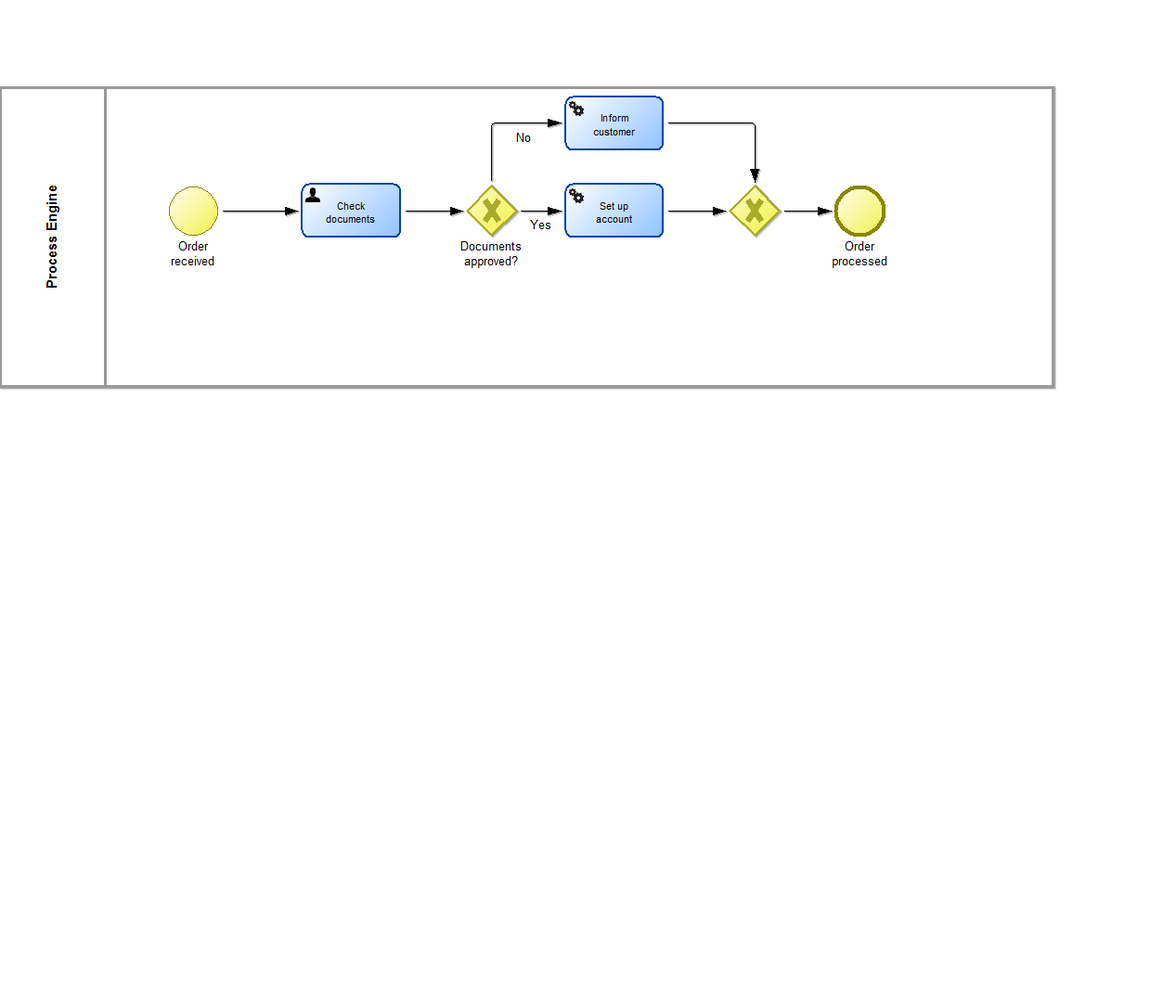
yuvrajnaidoo/bpmn-miwg-demos keeps this BPMN diagram as bank-account-opening-error-handling/src/main/resources/ADONIS_open-account-errorhandling_simple_model2.png. Above is the earlier version. Its source is kept beside it as bank-account-opening-error-handling/src/main/resources/ADONIS_open-account-errorhandling_simple_model2.bpmn. Ids are renumbered.
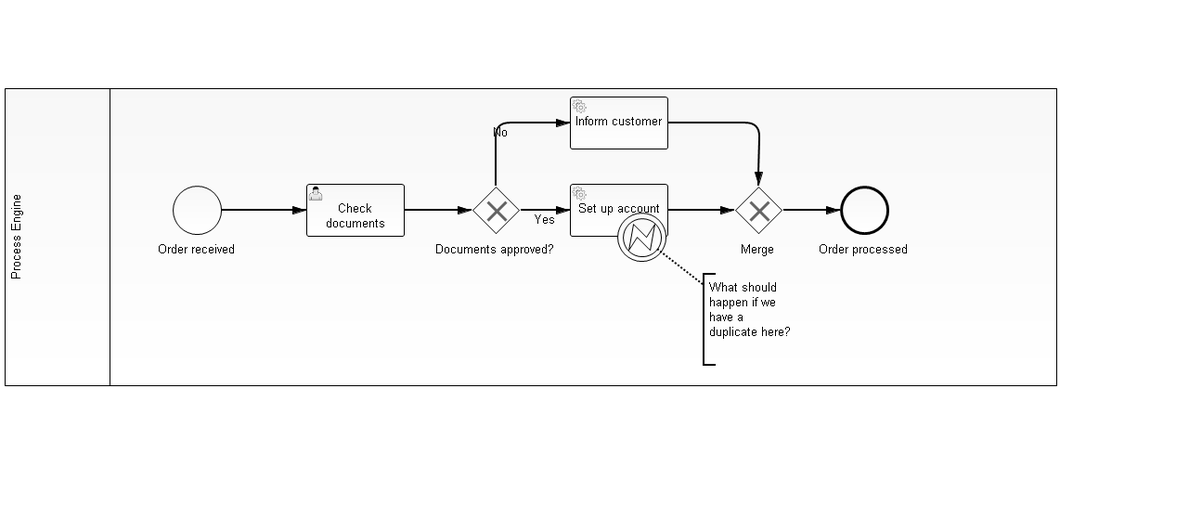
After the change.

Commit message:
Add camunda model of step 2

What changed in the source:
```diff
@@ -1,156 +1,157 @@
-<definitions xmlns="http://www.omg.org/spec/BPMN/20100524/MODEL"
-             xmlns:bpmndi="http://www.omg.org/spec/BPMN/20100524/DI"
-             xmlns:omgdc="http://www.omg.org/spec/DD/20100524/DC"
-             xmlns:omgdi="http://www.omg.org/spec/DD/20100524/DI"
-             xmlns:signavio="http://www.signavio.com"
-             xmlns:inspire="http://bpminspire.com/bpmn2/extension/inspire"
-             xmlns:activiti="http://activiti.org/bpmn"
-             xmlns:adonis="http://www.boc-group.com"
-             xmlns:semantic="http://www.omg.org/spec/BPMN/20100524/MODEL"
-             xmlns:xsi="http://www.w3.org/2001/XMLSchema-instance"
-             exporter="ADONIS 5.1 DE"
-             exporterVersion="5.1.1.0"
-             expressionLanguage="http://www.w3.org/1999/XPath"
-             targetNamespace="http://www.omg.org/bpmn20"
-             typeLanguage="http://www.w3.org/2001/XMLSchema"
-             xsi:schemaLocation="http://www.omg.org/spec/BPMN/20100524/MODEL http://www.omg.org/spec/BPMN/2.0/20100501/BPMN20.xsd"
-             name="Bank Account Opening - error handling (happy version)">
-   <message id="messageEventDefinition_obj.270256" name="messageEventDefinition_obj.270256"/>
-   <message id="messageEventDefinition_obj.270274" name="messageEventDefinition_obj.270274"/>
-   <collaboration id="mod.270249_Collaboration">
-      <extensionElements>
-         <adonis:modelstate>In Bearbeitung</adonis:modelstate>
-         <adonis:modelversion/>
-      </extensionElements>
-      <participant processRef="obj.270250_process" id="obj.270250" name="Process Engine"/>
-   </collaboration>
-   <process id="obj.270250_process" name="Process Engine" isExecutable="false">
+<definitions xmlns:xsi="http://www.w3.org/2001/XMLSchema-instance" xmlns="http://www.omg.org/spec/BPMN/20100524/MODEL" xmlns:semantic="http://www.omg.org/spec/BPMN/20100524/MODEL" xmlns:activiti="http://activiti.org/bpmn" xmlns:adonis="http://www.boc-group.com" xmlns:bpmndi="http://www.omg.org/spec/BPMN/20100524/DI" xmlns:inspire="http://bpminspire.com/bpmn2/extension/inspire" xmlns:omgdc="http://www.omg.org/spec/DD/20100524/DC" xmlns:omgdi="http://www.omg.org/spec/DD/20100524/DI" xmlns:signavio="http://www.signavio.com" xmlns:xsd="http://www.w3.org/2001/XMLSchema" xsi:schemaLocation="http://www.omg.org/spec/BPMN/20100524/MODEL BPMN20.xsd" exporter="ADONIS 5.1 DE" exporterVersion="5.1.1.0" name="Bank Account Opening - error handling (happy version)" targetNamespace="http://www.omg.org/bpmn20">
+  <message id="messageEventDefinition_obj.270256" name="messageEventDefinition_obj.270256"/>
+  <message id="messageEventDefinition_obj.270274" name="messageEventDefinition_obj.270274"/>
+  <collaboration id="mod.270249_Collaboration">
+    <extensionElements>
+      <adonis:modelstate xsi:type="xsd:anyType">In Bearbeitung</adonis:modelstate>
+      <adonis:modelversion xsi:type="xsd:anyType"/>
+    </extensionElements>
+    <participant id="obj.270250" name="Process Engine" processRef="obj.270250_process"/>
+  </collaboration>
+  <process id="obj.270250_process" name="Process Engine" isExecutable="false">
+    <extensionElements/>
+    <laneSet id="obj.270250_LaneSet">
+      <lane id="obj.270253" name=" ">
+        <extensionElements/>
+        <flowNodeRef>obj.270256</flowNodeRef>
+        <flowNodeRef>obj.270259</flowNodeRef>
+        <flowNodeRef>obj.270262</flowNodeRef>
+        <flowNodeRef>obj.270265</flowNodeRef>
+        <flowNodeRef>obj.270268</flowNodeRef>
+        <flowNodeRef>obj.270271</flowNodeRef>
+        <flowNodeRef>obj.270274</flowNodeRef>
+        <flowNodeRef>BoundaryEvent_1</flowNodeRef>
+      </lane>
+    </laneSet>
+    <startEvent id="obj.270256" name="Order received">
       <extensionElements/>
-      <laneSet id="obj.270250_LaneSet">
-         <lane id="obj.270253" name=" ">
-            <extensionElements/>
-            <flowNodeRef>obj.270256</flowNodeRef>
-            <flowNodeRef>obj.270259</flowNodeRef>
-            <flowNodeRef>obj.270262</flowNodeRef>
-            <flowNodeRef>obj.270265</flowNodeRef>
-            <flowNodeRef>obj.270268</flowNodeRef>
-            <flowNodeRef>obj.270271</flowNodeRef>
-            <flowNodeRef>obj.270274</flowNodeRef>
-         </lane>
-      </laneSet>
-      <startEvent id="obj.270256" name="Order received">
-         <extensionElements/>
-      </startEvent>
-      <userTask id="obj.270259" name="Check documents" isForCompensation="false"
-                implementation="##WebService">
-         <extensionElements/>
-      </userTask>
-      <exclusiveGateway id="obj.270262" name="Documents approved?">
-         <extensionElements/>
-      </exclusiveGateway>
-      <serviceTask id="obj.270265" name="Inform customer" isForCompensation="false"
-                   implementation="##WebService">
-         <extensionElements/>
-      </serviceTask>
-      <serviceTask id="obj.270268" name="Set up account" isForCompensation="false"
-                   implementation="##WebService">
-         <extensionElements/>
-      </serviceTask>
-      <exclusiveGateway id="obj.270271" name="Merge">
-         <extensionElements/>
-      </exclusiveGateway>
-      <endEvent id="obj.270274" name="Order processed">
-         <extensionElements/>
-      </endEvent>
-      <sequenceFlow id="con.270288" name="" sourceRef="obj.270256" targetRef="obj.270259"/>
-      <sequenceFlow id="con.270291" name="" sourceRef="obj.270259" targetRef="obj.270262"/>
-      <sequenceFlow id="con.270294" name="No" sourceRef="obj.270262" targetRef="obj.270265">
-         <conditionExpression id="con.270294_condExpr" xsi:type="tFormalExpression">0,1</conditionExpression>
-      </sequenceFlow>
-      <sequenceFlow id="con.270297" name="Yes" sourceRef="obj.270262" targetRef="obj.270268">
-         <conditionExpression id="con.270297_condExpr" xsi:type="tFormalExpression">0,9</conditionExpression>
-      </sequenceFlow>
-      <sequenceFlow id="con.270300" name="" sourceRef="obj.270265" targetRef="obj.270271"/>
-      <sequenceFlow id="con.270303" name="" sourceRef="obj.270268" targetRef="obj.270271"/>
-      <sequenceFlow id="con.270304" name="" sourceRef="obj.270271" targetRef="obj.270274"/>
-   </process>
-   <process id="mod.270249" name="Bank Account Opening - error handling (happy version)"
-            isExecutable="false">
-      <laneSet id="mod.270249_LaneSet"/>
-   </process>
-   <bpmndi:BPMNDiagram id="Diagram_mod.270249">
-      <bpmndi:BPMNPlane id="BPMNPlane_1" bpmnElement="mod.270249">
-         <bpmndi:BPMNShape bpmnElement="obj.270250" id="BPMN_Shape_obj.270250">
-            <omgdc:Bounds height="321" width="1134" x="0" y="95"/>
-         </bpmndi:BPMNShape>
-         <bpmndi:BPMNShape bpmnElement="obj.270253" id="BPMN_Shape_obj.270253">
-            <omgdc:Bounds width="1021" height="321" x="113" y="95"/>
-         </bpmndi:BPMNShape>
-         <bpmndi:BPMNShape bpmnElement="obj.270256" id="BPMN_Shape_obj.270256">
-            <omgdc:Bounds width="53" height="53" x="181" y="200"/>
-         </bpmndi:BPMNShape>
-         <bpmndi:BPMNShape bpmnElement="obj.270259" id="BPMN_Shape_obj.270259">
-            <omgdc:Bounds height="57" width="106" x="325" y="198"/>
-         </bpmndi:BPMNShape>
-         <bpmndi:BPMNShape bpmnElement="obj.270262" isMarkerVisible="true" id="BPMN_Shape_obj.270262">
-            <omgdc:Bounds width="53" height="53" x="503" y="200"/>
-         </bpmndi:BPMNShape>
-         <bpmndi:BPMNShape bpmnElement="obj.270265" id="BPMN_Shape_obj.270265">
-            <omgdc:Bounds height="57" width="106" x="609" y="104"/>
-         </bpmndi:BPMNShape>
-         <bpmndi:BPMNShape bpmnElement="obj.270268" id="BPMN_Shape_obj.270268">
-            <omgdc:Bounds height="57" width="106" x="609" y="198"/>
-         </bpmndi:BPMNShape>
-         <bpmndi:BPMNShape bpmnElement="obj.270271" isMarkerVisible="true" id="BPMN_Shape_obj.270271">
-            <omgdc:Bounds width="53" height="53" x="786" y="200"/>
-         </bpmndi:BPMNShape>
-         <bpmndi:BPMNShape bpmnElement="obj.270274" id="BPMN_Shape_obj.270274">
-            <omgdc:Bounds width="53" height="53" x="900" y="200"/>
-         </bpmndi:BPMNShape>
-         <bpmndi:BPMNEdge id="BPMN_Edge_con.270288" bpmnElement="con.270288"
-                          sourceElement="BPMN_Shape_obj.270256"
-                          targetElement="BPMN_Shape_obj.270259">
-            <omgdi:waypoint x="208" y="227"/>
-            <omgdi:waypoint x="378" y="227"/>
-         </bpmndi:BPMNEdge>
-         <bpmndi:BPMNEdge id="BPMN_Edge_con.270291" bpmnElement="con.270291"
-                          sourceElement="BPMN_Shape_obj.270259"
-                          targetElement="BPMN_Shape_obj.270262">
-            <omgdi:waypoint x="378" y="227"/>
-            <omgdi:waypoint x="529" y="227"/>
-         </bpmndi:BPMNEdge>
-         <bpmndi:BPMNEdge id="BPMN_Edge_con.270294" bpmnElement="con.270294"
-                          sourceElement="BPMN_Shape_obj.270262"
-                          targetElement="BPMN_Shape_obj.270265">
-            <omgdi:waypoint x="529" y="227"/>
-            <omgdi:waypoint x="529" y="132"/>
-            <omgdi:waypoint x="662" y="132"/>
-         </bpmndi:BPMNEdge>
-         <bpmndi:BPMNEdge id="BPMN_Edge_con.270297" bpmnElement="con.270297"
-                          sourceElement="BPMN_Shape_obj.270262"
-                          targetElement="BPMN_Shape_obj.270268">
-            <omgdi:waypoint x="529" y="227"/>
-            <omgdi:waypoint x="662" y="227"/>
-         </bpmndi:BPMNEdge>
-         <bpmndi:BPMNEdge id="BPMN_Edge_con.270300" bpmnElement="con.270300"
-                          sourceElement="BPMN_Shape_obj.270265"
-                          targetElement="BPMN_Shape_obj.270271">
-            <omgdi:waypoint x="662" y="132"/>
-            <omgdi:waypoint x="813" y="132"/>
-            <omgdi:waypoint x="813" y="227"/>
-         </bpmndi:BPMNEdge>
-         <bpmndi:BPMNEdge id="BPMN_Edge_con.270303" bpmnElement="con.270303"
-                          sourceElement="BPMN_Shape_obj.270268"
-                          targetElement="BPMN_Shape_obj.270271">
-            <omgdi:waypoint x="662" y="227"/>
-            <omgdi:waypoint x="813" y="227"/>
-         </bpmndi:BPMNEdge>
-         <bpmndi:BPMNEdge id="BPMN_Edge_con.270304" bpmnElement="con.270304"
-                          sourceElement="BPMN_Shape_obj.270271"
-                          targetElement="BPMN_Shape_obj.270274">
-            <omgdi:waypoint x="813" y="227"/>
-            <omgdi:waypoint x="926" y="227"/>
-         </bpmndi:BPMNEdge>
-      </bpmndi:BPMNPlane>
-   </bpmndi:BPMNDiagram>
+      <outgoing>con.270288</outgoing>
+    </startEvent>
+    <userTask id="obj.270259" name="Check documents" implementation="##WebService">
+      <extensionElements/>
+      <incoming>con.270288</incoming>
+      <outgoing>con.270291</outgoing>
+    </userTask>
+    <exclusiveGateway id="obj.270262" name="Documents approved?">
+      <extensionElements/>
+      <incoming>con.270291</incoming>
+      <outgoing>con.270294</outgoing>
+      <outgoing>con.270297</outgoing>
+    </exclusiveGateway>
+    <serviceTask id="obj.270265" name="Inform customer" implementation="##WebService">
+      <extensionElements/>
+      <incoming>con.270294</incoming>
+      <outgoing>con.270300</outgoing>
+    </serviceTask>
+    <serviceTask id="obj.270268" name="Set up account" implementation="##WebService">
+      <extensionElements/>
+      <incoming>con.270297</incoming>
+      <outgoing>con.270303</outgoing>
+    </serviceTask>
+    <exclusiveGateway id="obj.270271" name="Merge">
+      <extensionElements/>
+      <incoming>con.270300</incoming>
+      <incoming>con.270303</incoming>
+      <outgoing>con.270304</outgoing>
+    </exclusiveGateway>
+    <endEvent id="obj.270274" name="Order processed">
+      <extensionElements/>
+      <incoming>con.270304</incoming>
+    </endEvent>
+    <sequenceFlow id="con.270288" name="" sourceRef="obj.270256" targetRef="obj.270259"/>
+    <sequenceFlow id="con.270291" name="" sourceRef="obj.270259" targetRef="obj.270262"/>
+    <sequenceFlow id="con.270294" name="No" sourceRef="obj.270262" targetRef="obj.270265">
+      <conditionExpression xsi:type="tFormalExpression" id="con.270294_condExpr">0,1</conditionExpression>
+    </sequenceFlow>
+    <sequenceFlow id="con.270297" name="Yes" sourceRef="obj.270262" targetRef="obj.270268">
+      <conditionExpression xsi:type="tFormalExpression" id="con.270297_condExpr">0,9</conditionExpression>
+    </sequenceFlow>
+    <sequenceFlow id="con.270300" name="" sourceRef="obj.270265" targetRef="obj.270271"/>
+    <sequenceFlow id="con.270303" name="" sourceRef="obj.270268" targetRef="obj.270271"/>
+    <sequenceFlow id="con.270304" name="" sourceRef="obj.270271" targetRef="obj.270274"/>
+    <boundaryEvent id="BoundaryEvent_1" name="" attachedToRef="obj.270268">
+      <errorEventDefinition id="ErrorEventDefinition_1"/>
+    </boundaryEvent>
+    <textAnnotation id="TextAnnotation_1">
+      <text>What should happen if we have a duplicate here?</text>
+    </textAnnotation>
+    <association id="Association_1" sourceRef="TextAnnotation_1" targetRef="BoundaryEvent_1"/>
+  </process>
+  <process id="mod.270249" name="Bank Account Opening - error handling (happy version)" isExecutable="false">
+    <laneSet id="mod.270249_LaneSet"/>
+  </process>
+  <bpmndi:BPMNDiagram id="Diagram_mod.270249">
+    <bpmndi:BPMNPlane id="BPMNPlane_1" bpmnElement="mod.270249">
+      <bpmndi:BPMNShape id="BPMN_Shape_obj.270250" bpmnElement="obj.270250" isHorizontal="true">
+        <omgdc:Bounds height="321.0" width="1134.0" x="0.0" y="95.0"/>
+      </bpmndi:BPMNShape>
+      <bpmndi:BPMNShape id="BPMN_Shape_obj.270253" bpmnElement="obj.270253" isHorizontal="true">
+        <omgdc:Bounds height="321.0" width="1021.0" x="113.0" y="95.0"/>
+      </bpmndi:BPMNShape>
+      <bpmndi:BPMNShape id="BPMN_Shape_obj.270256" bpmnElement="obj.270256">
+        <omgdc:Bounds height="53.0" width="53.0" x="181.0" y="200.0"/>
+      </bpmndi:BPMNShape>
+      <bpmndi:BPMNShape id="BPMN_Shape_obj.270259" bpmnElement="obj.270259">
+        <omgdc:Bounds height="57.0" width="106.0" x="325.0" y="198.0"/>
+      </bpmndi:BPMNShape>
+      <bpmndi:BPMNShape id="BPMN_Shape_obj.270262" bpmnElement="obj.270262" isMarkerVisible="true">
+        <omgdc:Bounds height="53.0" width="53.0" x="503.0" y="200.0"/>
+      </bpmndi:BPMNShape>
+      <bpmndi:BPMNShape id="BPMN_Shape_obj.270265" bpmnElement="obj.270265">
+        <omgdc:Bounds height="57.0" width="106.0" x="609.0" y="104.0"/>
+      </bpmndi:BPMNShape>
+      <bpmndi:BPMNShape id="BPMN_Shape_obj.270268" bpmnElement="obj.270268">
+        <omgdc:Bounds height="57.0" width="106.0" x="609.0" y="198.0"/>
+      </bpmndi:BPMNShape>
+      <bpmndi:BPMNShape id="BPMN_Shape_obj.270271" bpmnElement="obj.270271" isMarkerVisible="true">
+        <omgdc:Bounds height="53.0" width="53.0" x="786.0" y="200.0"/>
+      </bpmndi:BPMNShape>
+      <bpmndi:BPMNShape id="BPMN_Shape_obj.270274" bpmnElement="obj.270274">
+        <omgdc:Bounds height="53.0" width="53.0" x="900.0" y="200.0"/>
+      </bpmndi:BPMNShape>
+      <bpmndi:BPMNEdge id="BPMN_Edge_con.270288" bpmnElement="con.270288" sourceElement="BPMN_Shape_obj.270256" targetElement="BPMN_Shape_obj.270259">
+        <omgdi:waypoint xsi:type="omgdc:Point" x="208.0" y="227.0"/>
+        <omgdi:waypoint xsi:type="omgdc:Point" x="378.0" y="227.0"/>
+      </bpmndi:BPMNEdge>
+      <bpmndi:BPMNEdge id="BPMN_Edge_con.270291" bpmnElement="con.270291" sourceElement="BPMN_Shape_obj.270259" targetElement="BPMN_Shape_obj.270262">
+        <omgdi:waypoint xsi:type="omgdc:Point" x="378.0" y="227.0"/>
+        <omgdi:waypoint xsi:type="omgdc:Point" x="529.0" y="227.0"/>
+      </bpmndi:BPMNEdge>
+      <bpmndi:BPMNEdge id="BPMN_Edge_con.270294" bpmnElement="con.270294" sourceElement="BPMN_Shape_obj.270262" targetElement="BPMN_Shape_obj.270265">
+        <omgdi:waypoint xsi:type="omgdc:Point" x="529.0" y="227.0"/>
+        <omgdi:waypoint xsi:type="omgdc:Point" x="529.0" y="132.0"/>
+        <omgdi:waypoint xsi:type="omgdc:Point" x="662.0" y="132.0"/>
+      </bpmndi:BPMNEdge>
+      <bpmndi:BPMNEdge id="BPMN_Edge_con.270297" bpmnElement="con.270297" sourceElement="BPMN_Shape_obj.270262" targetElement="BPMN_Shape_obj.270268">
+        <omgdi:waypoint xsi:type="omgdc:Point" x="529.0" y="227.0"/>
+        <omgdi:waypoint xsi:type="omgdc:Point" x="662.0" y="227.0"/>
+      </bpmndi:BPMNEdge>
+      <bpmndi:BPMNEdge id="BPMN_Edge_con.270300" bpmnElement="con.270300" sourceElement="BPMN_Shape_obj.270265" targetElement="BPMN_Shape_obj.270271">
+        <omgdi:waypoint xsi:type="omgdc:Point" x="662.0" y="132.0"/>
+        <omgdi:waypoint xsi:type="omgdc:Point" x="813.0" y="132.0"/>
+        <omgdi:waypoint xsi:type="omgdc:Point" x="813.0" y="227.0"/>
+      </bpmndi:BPMNEdge>
+      <bpmndi:BPMNEdge id="BPMN_Edge_con.270303" bpmnElement="con.270303" sourceElement="BPMN_Shape_obj.270268" targetElement="BPMN_Shape_obj.270271">
+        <omgdi:waypoint xsi:type="omgdc:Point" x="662.0" y="227.0"/>
+        <omgdi:waypoint xsi:type="omgdc:Point" x="813.0" y="227.0"/>
+      </bpmndi:BPMNEdge>
+      <bpmndi:BPMNEdge id="BPMN_Edge_con.270304" bpmnElement="con.270304" sourceElement="BPMN_Shape_obj.270271" targetElement="BPMN_Shape_obj.270274">
+        <omgdi:waypoint xsi:type="omgdc:Point" x="813.0" y="227.0"/>
+        <omgdi:waypoint xsi:type="omgdc:Point" x="926.0" y="227.0"/>
+      </bpmndi:BPMNEdge>
+      <bpmndi:BPMNShape id="_BPMNShape_BoundaryEvent_3" bpmnElement="BoundaryEvent_1">
+        <omgdc:Bounds height="53.0" width="53.0" x="660.0" y="229.0"/>
+        <bpmndi:BPMNLabel>
+          <omgdc:Bounds height="6.0" width="6.0" x="683.0" y="287.0"/>
+        </bpmndi:BPMNLabel>
+      </bpmndi:BPMNShape>
+      <bpmndi:BPMNShape id="_BPMNShape_TextAnnotation_3" bpmnElement="TextAnnotation_1">
+        <omgdc:Bounds height="100.0" width="100.0" x="752.0" y="294.0"/>
+      </bpmndi:BPMNShape>
+      <bpmndi:BPMNEdge id="BPMNEdge_Association_1" bpmnElement="Association_1" sourceElement="_BPMNShape_TextAnnotation_3" targetElement="_BPMNShape_BoundaryEvent_3">
+        <omgdi:waypoint xsi:type="omgdc:Point" x="752.0" y="306.0"/>
+        <omgdi:waypoint xsi:type="omgdc:Point" x="712.0" y="275.0"/>
+      </bpmndi:BPMNEdge>
+    </bpmndi:BPMNPlane>
+  </bpmndi:BPMNDiagram>
 </definitions>
```
